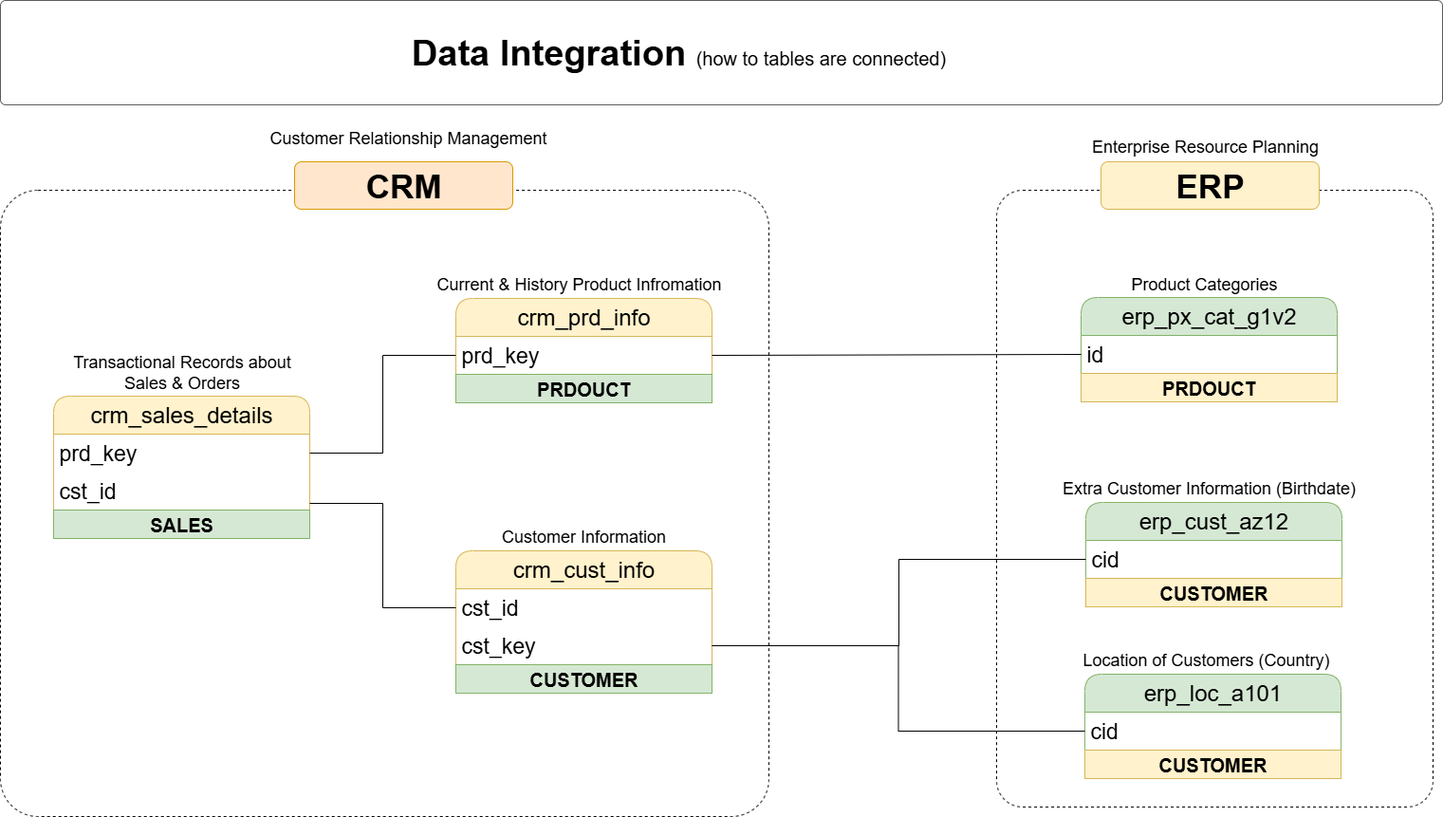
Above: docs/data_integration.png in Neha-22-data/sql-datawarehouse-project (draw.io), before the change. Source tidied: cells renumbered, new cells last; positions are measured from the earlier drawing's top-left corner, leaving out a move shared by most shapes.
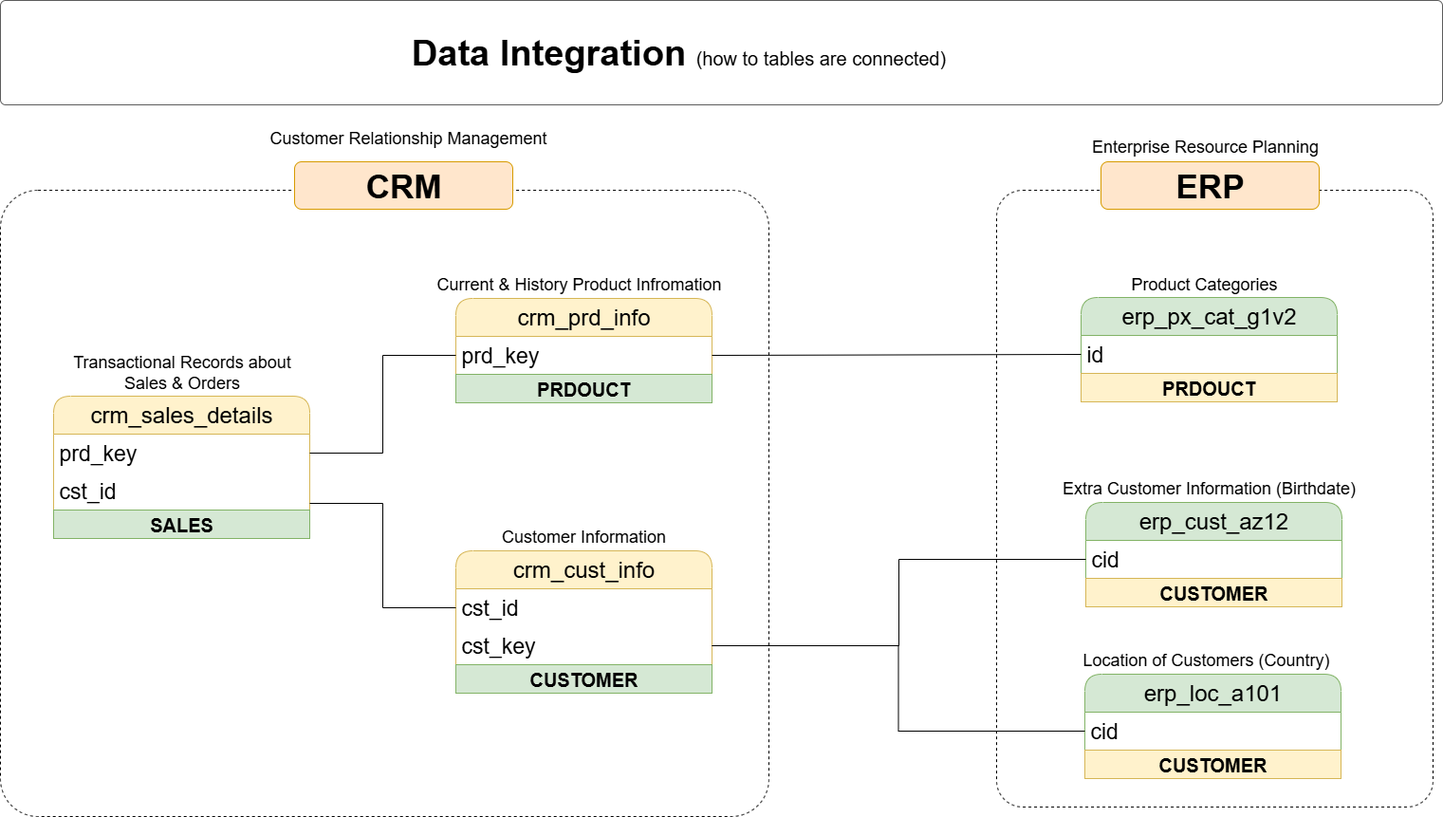
The same diagram one commit later.

The edit, as a diff of the source:
```diff
@@ -100,7 +100,7 @@
     <mxCell id="32" value="&lt;font style=&quot;font-size: 35px;&quot;&gt;&lt;b&gt;CRM&lt;/b&gt;&lt;/font&gt;" style="rounded=1;whiteSpace=wrap;html=1;fillColor=#ffe6cc;strokeColor=#d79b00;" parent="1" vertex="1">
       <mxGeometry x="310" y="170" width="230" height="50" as="geometry" />
     </mxCell>
-    <mxCell id="33" value="&lt;font style=&quot;font-size: 35px;&quot;&gt;&lt;b&gt;ERP&lt;/b&gt;&lt;/font&gt;" style="rounded=1;whiteSpace=wrap;html=1;fillColor=#fff2cc;strokeColor=#d6b656;" parent="1" vertex="1">
+    <mxCell id="33" value="&lt;font style=&quot;font-size: 35px;&quot;&gt;&lt;b&gt;ERP&lt;/b&gt;&lt;/font&gt;" style="rounded=1;whiteSpace=wrap;html=1;fillColor=#ffe6cc;strokeColor=#d79b00;" parent="1" vertex="1">
       <mxGeometry x="1160" y="170" width="230" height="50" as="geometry" />
     </mxCell>
     <mxCell id="34" style="edgeStyle=orthogonalEdgeStyle;rounded=0;jettySize=auto;html=1;entryX=1;entryY=0.5;entryDx=0;entryDy=0;endArrow=none;endFill=0;" parent="1" edge="1" source="25" target="6">
```
